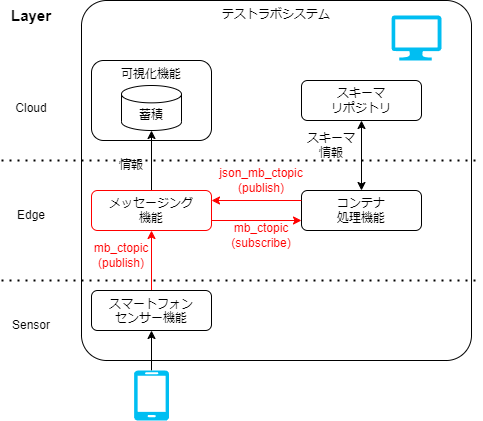
The draw.io diagram docs/testlab_system/environment/overview_target2.drawio.png in data-container-for-wearable-sensor/StartGuide, before a commit. Source tidied: cells renumbered, new cells last; positions are measured from the earlier drawing's top-left corner, leaving out a move shared by most shapes.
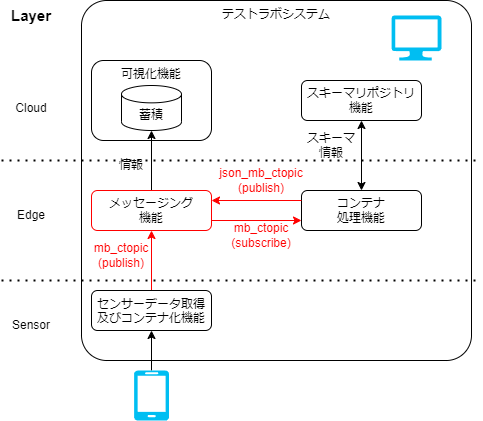
After the change.

Diff of the diagram source:
```diff
@@ -8,7 +8,7 @@
     <mxCell id="3" style="edgeStyle=none;html=1;strokeColor=#FF0000;" parent="1" edge="1" source="4" target="6">
       <mxGeometry relative="1" as="geometry" />
     </mxCell>
-    <mxCell id="4" value="&lt;span style=&quot;border-color: var(--border-color);&quot;&gt;スマートフォン&lt;/span&gt;&lt;br style=&quot;border-color: var(--border-color);&quot;&gt;&lt;span style=&quot;border-color: var(--border-color);&quot;&gt;センサー機能&lt;/span&gt;" style="rounded=1;whiteSpace=wrap;html=1;fillColor=none;verticalAlign=top;" parent="1" vertex="1">
+    <mxCell id="4" value="センサーデータ取得及びコンテナ化機能" style="rounded=1;whiteSpace=wrap;html=1;fillColor=none;verticalAlign=top;" parent="1" vertex="1">
       <mxGeometry x="90" y="290" width="120" height="40" as="geometry" />
     </mxCell>
     <mxCell id="5" style="edgeStyle=none;html=1;" parent="1" edge="1" source="6" target="13">
@@ -32,7 +32,7 @@
     <mxCell id="11" style="endArrow=classic;html=1;exitX=0;exitY=0.25;exitDx=0;exitDy=0;entryX=1;entryY=0.25;entryDx=0;entryDy=0;strokeColor=#FF0000;" parent="1" edge="1" source="7" target="6">
       <mxGeometry relative="1" as="geometry" />
     </mxCell>
-    <mxCell id="12" value="スキーマ&lt;br&gt;リポジトリ" style="rounded=1;whiteSpace=wrap;html=1;fillColor=none;" parent="1" vertex="1">
+    <mxCell id="12" value="スキーマリポジトリ&lt;br style=&quot;border-color: var(--border-color);&quot;&gt;機能" style="rounded=1;whiteSpace=wrap;html=1;fillColor=none;" parent="1" vertex="1">
       <mxGeometry x="300" y="80" width="120" height="40" as="geometry" />
     </mxCell>
     <mxCell id="13" value="蓄積" style="shape=cylinder3;whiteSpace=wrap;html=1;boundedLbl=1;backgroundOutline=1;size=8.676963806152344;" parent="1" vertex="1">
```
